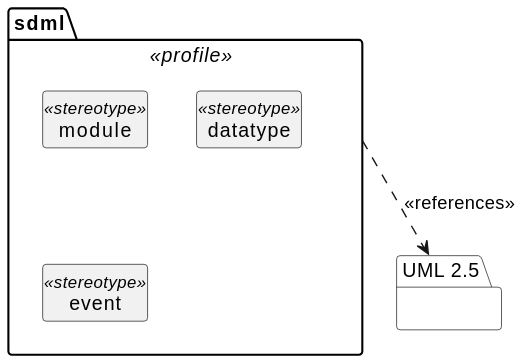
This is docs/uml-profile-package.svg from sdm-lang/tree-sitter-sdml, a PlantUML export, as it was before one commit.
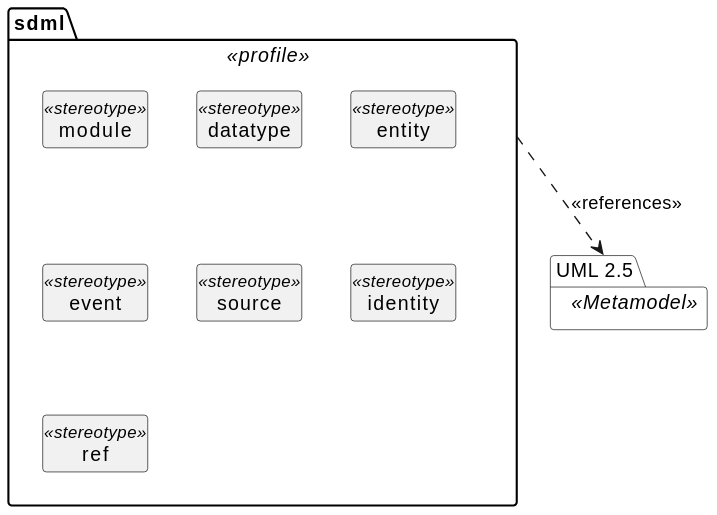
Later version of the same file.

Change to the diagram source:
```diff
@@ -1,14 +1,19 @@
 @startuml
+skinparam backgroundColor transparent
 hide circle
 hide members
 
-package "UML 2.5" as uml #white {
+package "UML 2.5" as uml <<Metamodel>> #white {
 }
 
 package sdml <<profile>> {
   class module <<stereotype>> {}
   class datatype <<stereotype>> {}
+  class entity <<stereotype>> {}
   class event <<stereotype>> {}
+  class source <<stereotype>> {}
+  class identity <<stereotype>> {}
+  class ref <<stereotype>> {}
 }
 
 sdml ..> uml: <<references>>
```
